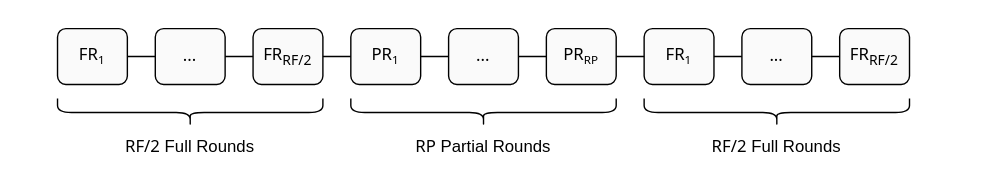
The draw.io diagram docs/images/rm-poseidon-fig-3.svg in xavier-quadratic/poseidon-rs, before a commit. Source tidied: cells renumbered, new cells last; positions are measured from the earlier drawing's top-left corner, leaving out a move shared by most shapes. Its diagram source:
```xml
<mxGraphModel>
  <root>
    <mxCell id="0" />
    <mxCell id="1" parent="0" />
    <mxCell id="2" style="rounded=0;whiteSpace=wrap;html=1;strokeWidth=1;fontSize=12;fillStyle=solid;gradientColor=none;strokeColor=none;glass=0;fillColor=#FFFFFF;" parent="1" vertex="1">
      <mxGeometry width="700" height="120" as="geometry" />
    </mxCell>
    <mxCell id="3" style="endArrow=none;html=1;rounded=0;exitX=1;exitY=0.5;exitDx=0;exitDy=0;entryX=0;entryY=0.5;entryDx=0;entryDy=0;" parent="1" edge="1" source="4" target="12">
      <mxGeometry relative="1" as="geometry" />
    </mxCell>
    <mxCell id="4" value="FR&lt;span style=&quot;font-size: 10px;&quot;&gt;&lt;sub&gt;1&lt;/sub&gt;&lt;/span&gt;" style="rounded=1;whiteSpace=wrap;html=1;fontFamily=noto sans math;fontSource=https%3A%2F%2Ffonts.googleapis.com%2Fcss%3Ffamily%3Dnoto%2Bsans%2Bmath;fillColor=#FAFAFA;" parent="1" vertex="1">
      <mxGeometry x="40" y="20" width="50" height="40" as="geometry" />
    </mxCell>
    <mxCell id="5" value="..." style="rounded=1;whiteSpace=wrap;html=1;fontFamily=noto sans math;fontSource=https%3A%2F%2Ffonts.googleapis.com%2Fcss%3Ffamily%3Dnoto%2Bsans%2Bmath;fillColor=#FAFAFA;" parent="1" vertex="1">
      <mxGeometry x="110" y="20" width="50" height="40" as="geometry" />
    </mxCell>
    <mxCell id="6" value="FR&lt;sub&gt;RF/2&lt;/sub&gt;" style="rounded=1;whiteSpace=wrap;html=1;fontFamily=noto sans math;fontSource=https%3A%2F%2Ffonts.googleapis.com%2Fcss%3Ffamily%3Dnoto%2Bsans%2Bmath;fillColor=#FAFAFA;" parent="1" vertex="1">
      <mxGeometry x="180" y="20" width="50" height="40" as="geometry" />
    </mxCell>
    <mxCell id="7" value="PR&lt;span style=&quot;font-size: 10px;&quot;&gt;&lt;sub&gt;1&lt;/sub&gt;&lt;/span&gt;" style="rounded=1;whiteSpace=wrap;html=1;fontFamily=noto sans math;fontSource=https%3A%2F%2Ffonts.googleapis.com%2Fcss%3Ffamily%3Dnoto%2Bsans%2Bmath;fillColor=#FAFAFA;" parent="1" vertex="1">
      <mxGeometry x="250" y="20" width="50" height="40" as="geometry" />
    </mxCell>
    <mxCell id="8" value="..." style="rounded=1;whiteSpace=wrap;html=1;fontFamily=noto sans math;fontSource=https%3A%2F%2Ffonts.googleapis.com%2Fcss%3Ffamily%3Dnoto%2Bsans%2Bmath;fillColor=#FAFAFA;" parent="1" vertex="1">
      <mxGeometry x="320" y="20" width="50" height="40" as="geometry" />
    </mxCell>
    <mxCell id="9" value="PR&lt;span style=&quot;font-size: 10px;&quot;&gt;&lt;sub&gt;RP&lt;/sub&gt;&lt;/span&gt;" style="rounded=1;whiteSpace=wrap;html=1;fontFamily=noto sans math;fontSource=https%3A%2F%2Ffonts.googleapis.com%2Fcss%3Ffamily%3Dnoto%2Bsans%2Bmath;fillColor=#FAFAFA;" parent="1" vertex="1">
      <mxGeometry x="390" y="20" width="50" height="40" as="geometry" />
    </mxCell>
    <mxCell id="10" value="FR&lt;span style=&quot;font-size: 10px;&quot;&gt;&lt;sub&gt;1&lt;/sub&gt;&lt;/span&gt;" style="rounded=1;whiteSpace=wrap;html=1;fontFamily=noto sans math;fontSource=https%3A%2F%2Ffonts.googleapis.com%2Fcss%3Ffamily%3Dnoto%2Bsans%2Bmath;fillColor=#FAFAFA;" parent="1" vertex="1">
      <mxGeometry x="460" y="20" width="50" height="40" as="geometry" />
    </mxCell>
    <mxCell id="11" value="..." style="rounded=1;whiteSpace=wrap;html=1;fontFamily=noto sans math;fontSource=https%3A%2F%2Ffonts.googleapis.com%2Fcss%3Ffamily%3Dnoto%2Bsans%2Bmath;fillColor=#FAFAFA;" parent="1" vertex="1">
      <mxGeometry x="530" y="20" width="50" height="40" as="geometry" />
    </mxCell>
    <mxCell id="12" value="FR&lt;sub&gt;RF/2&lt;/sub&gt;" style="rounded=1;whiteSpace=wrap;html=1;fontFamily=noto sans math;fontSource=https%3A%2F%2Ffonts.googleapis.com%2Fcss%3Ffamily%3Dnoto%2Bsans%2Bmath;fillColor=#FAFAFA;" parent="1" vertex="1">
      <mxGeometry x="600" y="20" width="50" height="40" as="geometry" />
    </mxCell>
    <mxCell id="13" style="shape=curlyBracket;whiteSpace=wrap;html=1;rounded=1;direction=north;" parent="1" vertex="1">
      <mxGeometry x="40" y="70" width="190" height="20" as="geometry" />
    </mxCell>
    <mxCell id="14" style="shape=curlyBracket;whiteSpace=wrap;html=1;rounded=1;direction=north;" parent="1" vertex="1">
      <mxGeometry x="250" y="70" width="190" height="20" as="geometry" />
    </mxCell>
    <mxCell id="15" style="shape=curlyBracket;whiteSpace=wrap;html=1;rounded=1;direction=north;" parent="1" vertex="1">
      <mxGeometry x="460" y="70" width="190" height="20" as="geometry" />
    </mxCell>
    <mxCell id="16" value="&lt;font face=&quot;noto sans math&quot;&gt;RF/2&lt;/font&gt; Full Rounds" style="text;html=1;strokeColor=none;fillColor=none;align=center;verticalAlign=middle;whiteSpace=wrap;rounded=0;" parent="1" vertex="1">
      <mxGeometry x="75" y="90" width="120" height="30" as="geometry" />
    </mxCell>
    <mxCell id="17" value="&lt;font face=&quot;noto sans math&quot;&gt;RP&lt;/font&gt; Partial Rounds" style="text;html=1;strokeColor=none;fillColor=none;align=center;verticalAlign=middle;whiteSpace=wrap;rounded=0;" parent="1" vertex="1">
      <mxGeometry x="285" y="90" width="120" height="30" as="geometry" />
    </mxCell>
    <mxCell id="18" value="&lt;font face=&quot;noto sans math&quot;&gt;RF/2&lt;/font&gt; Full Rounds" style="text;html=1;strokeColor=none;fillColor=none;align=center;verticalAlign=middle;whiteSpace=wrap;rounded=0;" parent="1" vertex="1">
      <mxGeometry x="495" y="90" width="120" height="30" as="geometry" />
    </mxCell>
  </root>
</mxGraphModel>
```
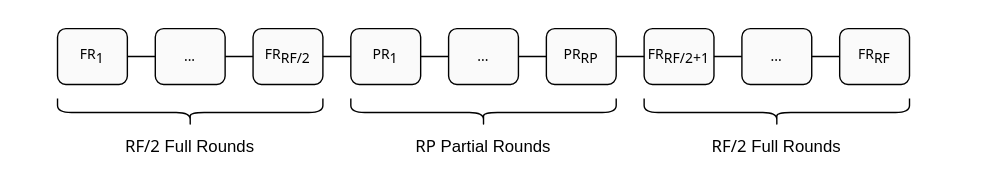
After the commit.

Diff of the diagram source:
```diff
@@ -8,31 +8,31 @@
     <mxCell id="3" style="endArrow=none;html=1;rounded=0;exitX=1;exitY=0.5;exitDx=0;exitDy=0;entryX=0;entryY=0.5;entryDx=0;entryDy=0;" parent="1" edge="1" source="4" target="12">
       <mxGeometry relative="1" as="geometry" />
     </mxCell>
-    <mxCell id="4" value="FR&lt;span style=&quot;font-size: 10px;&quot;&gt;&lt;sub&gt;1&lt;/sub&gt;&lt;/span&gt;" style="rounded=1;whiteSpace=wrap;html=1;fontFamily=noto sans math;fontSource=https%3A%2F%2Ffonts.googleapis.com%2Fcss%3Ffamily%3Dnoto%2Bsans%2Bmath;fillColor=#FAFAFA;" parent="1" vertex="1">
+    <mxCell id="4" value="FR&lt;span style=&quot;font-size: 10px;&quot;&gt;&lt;sub style=&quot;font-size: 10px;&quot;&gt;1&lt;/sub&gt;&lt;/span&gt;" style="rounded=1;whiteSpace=wrap;html=1;fontFamily=noto sans math;fontSource=https%3A%2F%2Ffonts.googleapis.com%2Fcss%3Ffamily%3Dnoto%2Bsans%2Bmath;fillColor=#FAFAFA;fontSize=10;" parent="1" vertex="1">
       <mxGeometry x="40" y="20" width="50" height="40" as="geometry" />
     </mxCell>
-    <mxCell id="5" value="..." style="rounded=1;whiteSpace=wrap;html=1;fontFamily=noto sans math;fontSource=https%3A%2F%2Ffonts.googleapis.com%2Fcss%3Ffamily%3Dnoto%2Bsans%2Bmath;fillColor=#FAFAFA;" parent="1" vertex="1">
+    <mxCell id="5" value="..." style="rounded=1;whiteSpace=wrap;html=1;fontFamily=noto sans math;fontSource=https%3A%2F%2Ffonts.googleapis.com%2Fcss%3Ffamily%3Dnoto%2Bsans%2Bmath;fillColor=#FAFAFA;fontSize=10;" parent="1" vertex="1">
       <mxGeometry x="110" y="20" width="50" height="40" as="geometry" />
     </mxCell>
-    <mxCell id="6" value="FR&lt;sub&gt;RF/2&lt;/sub&gt;" style="rounded=1;whiteSpace=wrap;html=1;fontFamily=noto sans math;fontSource=https%3A%2F%2Ffonts.googleapis.com%2Fcss%3Ffamily%3Dnoto%2Bsans%2Bmath;fillColor=#FAFAFA;" parent="1" vertex="1">
+    <mxCell id="6" value="FR&lt;sub style=&quot;font-size: 10px;&quot;&gt;RF/2&lt;/sub&gt;" style="rounded=1;whiteSpace=wrap;html=1;fontFamily=noto sans math;fontSource=https%3A%2F%2Ffonts.googleapis.com%2Fcss%3Ffamily%3Dnoto%2Bsans%2Bmath;fillColor=#FAFAFA;fontSize=10;" parent="1" vertex="1">
       <mxGeometry x="180" y="20" width="50" height="40" as="geometry" />
     </mxCell>
-    <mxCell id="7" value="PR&lt;span style=&quot;font-size: 10px;&quot;&gt;&lt;sub&gt;1&lt;/sub&gt;&lt;/span&gt;" style="rounded=1;whiteSpace=wrap;html=1;fontFamily=noto sans math;fontSource=https%3A%2F%2Ffonts.googleapis.com%2Fcss%3Ffamily%3Dnoto%2Bsans%2Bmath;fillColor=#FAFAFA;" parent="1" vertex="1">
+    <mxCell id="7" value="PR&lt;span style=&quot;font-size: 10px;&quot;&gt;&lt;sub style=&quot;font-size: 10px;&quot;&gt;1&lt;/sub&gt;&lt;/span&gt;" style="rounded=1;whiteSpace=wrap;html=1;fontFamily=noto sans math;fontSource=https%3A%2F%2Ffonts.googleapis.com%2Fcss%3Ffamily%3Dnoto%2Bsans%2Bmath;fillColor=#FAFAFA;fontSize=10;" parent="1" vertex="1">
       <mxGeometry x="250" y="20" width="50" height="40" as="geometry" />
     </mxCell>
-    <mxCell id="8" value="..." style="rounded=1;whiteSpace=wrap;html=1;fontFamily=noto sans math;fontSource=https%3A%2F%2Ffonts.googleapis.com%2Fcss%3Ffamily%3Dnoto%2Bsans%2Bmath;fillColor=#FAFAFA;" parent="1" vertex="1">
+    <mxCell id="8" value="..." style="rounded=1;whiteSpace=wrap;html=1;fontFamily=noto sans math;fontSource=https%3A%2F%2Ffonts.googleapis.com%2Fcss%3Ffamily%3Dnoto%2Bsans%2Bmath;fillColor=#FAFAFA;fontSize=10;" parent="1" vertex="1">
       <mxGeometry x="320" y="20" width="50" height="40" as="geometry" />
     </mxCell>
-    <mxCell id="9" value="PR&lt;span style=&quot;font-size: 10px;&quot;&gt;&lt;sub&gt;RP&lt;/sub&gt;&lt;/span&gt;" style="rounded=1;whiteSpace=wrap;html=1;fontFamily=noto sans math;fontSource=https%3A%2F%2Ffonts.googleapis.com%2Fcss%3Ffamily%3Dnoto%2Bsans%2Bmath;fillColor=#FAFAFA;" parent="1" vertex="1">
+    <mxCell id="9" value="PR&lt;span style=&quot;font-size: 10px;&quot;&gt;&lt;sub style=&quot;font-size: 10px;&quot;&gt;RP&lt;/sub&gt;&lt;/span&gt;" style="rounded=1;whiteSpace=wrap;html=1;fontFamily=noto sans math;fontSource=https%3A%2F%2Ffonts.googleapis.com%2Fcss%3Ffamily%3Dnoto%2Bsans%2Bmath;fillColor=#FAFAFA;fontSize=10;" parent="1" vertex="1">
       <mxGeometry x="390" y="20" width="50" height="40" as="geometry" />
     </mxCell>
-    <mxCell id="10" value="FR&lt;span style=&quot;font-size: 10px;&quot;&gt;&lt;sub&gt;1&lt;/sub&gt;&lt;/span&gt;" style="rounded=1;whiteSpace=wrap;html=1;fontFamily=noto sans math;fontSource=https%3A%2F%2Ffonts.googleapis.com%2Fcss%3Ffamily%3Dnoto%2Bsans%2Bmath;fillColor=#FAFAFA;" parent="1" vertex="1">
+    <mxCell id="10" value="FR&lt;span style=&quot;font-size: 10px;&quot;&gt;&lt;sub style=&quot;font-size: 10px;&quot;&gt;RF/2+&lt;/sub&gt;&lt;/span&gt;&lt;span style=&quot;font-size: 10px;&quot;&gt;&lt;sub style=&quot;font-size: 10px;&quot;&gt;1&lt;/sub&gt;&lt;/span&gt;" style="rounded=1;whiteSpace=wrap;html=1;fontFamily=noto sans math;fontSource=https%3A%2F%2Ffonts.googleapis.com%2Fcss%3Ffamily%3Dnoto%2Bsans%2Bmath;fillColor=#FAFAFA;fontSize=10;" parent="1" vertex="1">
       <mxGeometry x="460" y="20" width="50" height="40" as="geometry" />
     </mxCell>
-    <mxCell id="11" value="..." style="rounded=1;whiteSpace=wrap;html=1;fontFamily=noto sans math;fontSource=https%3A%2F%2Ffonts.googleapis.com%2Fcss%3Ffamily%3Dnoto%2Bsans%2Bmath;fillColor=#FAFAFA;" parent="1" vertex="1">
+    <mxCell id="11" value="..." style="rounded=1;whiteSpace=wrap;html=1;fontFamily=noto sans math;fontSource=https%3A%2F%2Ffonts.googleapis.com%2Fcss%3Ffamily%3Dnoto%2Bsans%2Bmath;fillColor=#FAFAFA;fontSize=10;" parent="1" vertex="1">
       <mxGeometry x="530" y="20" width="50" height="40" as="geometry" />
     </mxCell>
-    <mxCell id="12" value="FR&lt;sub&gt;RF/2&lt;/sub&gt;" style="rounded=1;whiteSpace=wrap;html=1;fontFamily=noto sans math;fontSource=https%3A%2F%2Ffonts.googleapis.com%2Fcss%3Ffamily%3Dnoto%2Bsans%2Bmath;fillColor=#FAFAFA;" parent="1" vertex="1">
+    <mxCell id="12" value="FR&lt;sub style=&quot;font-size: 10px;&quot;&gt;RF&lt;/sub&gt;" style="rounded=1;whiteSpace=wrap;html=1;fontFamily=noto sans math;fontSource=https%3A%2F%2Ffonts.googleapis.com%2Fcss%3Ffamily%3Dnoto%2Bsans%2Bmath;fillColor=#FAFAFA;fontSize=10;" parent="1" vertex="1">
       <mxGeometry x="600" y="20" width="50" height="40" as="geometry" />
     </mxCell>
     <mxCell id="13" style="shape=curlyBracket;whiteSpace=wrap;html=1;rounded=1;direction=north;" parent="1" vertex="1">
```
